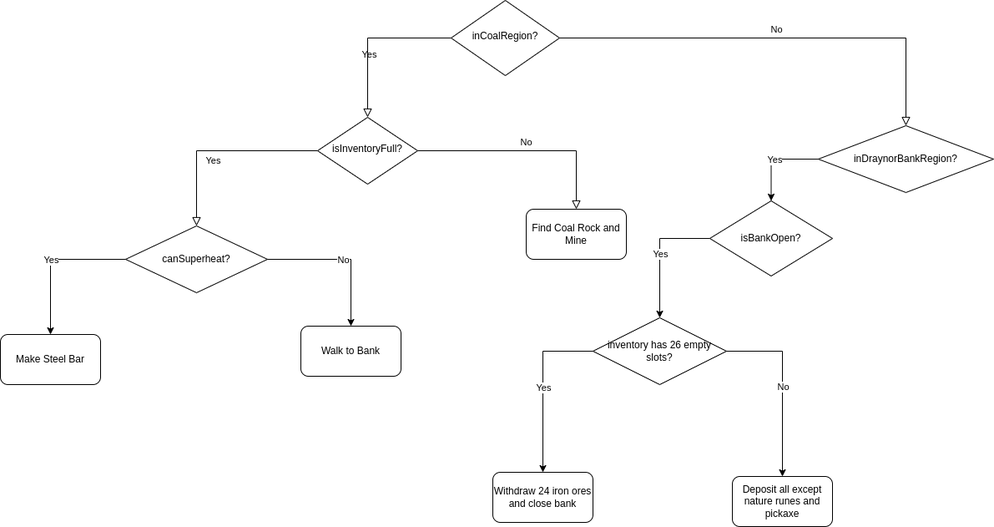
Before: flowchart.png, a diagram exported from draw.io (palyfight/superheat-bot). Source tidied: cells renumbered, new cells last; positions are measured from the earlier drawing's top-left corner, leaving out a move shared by most shapes.
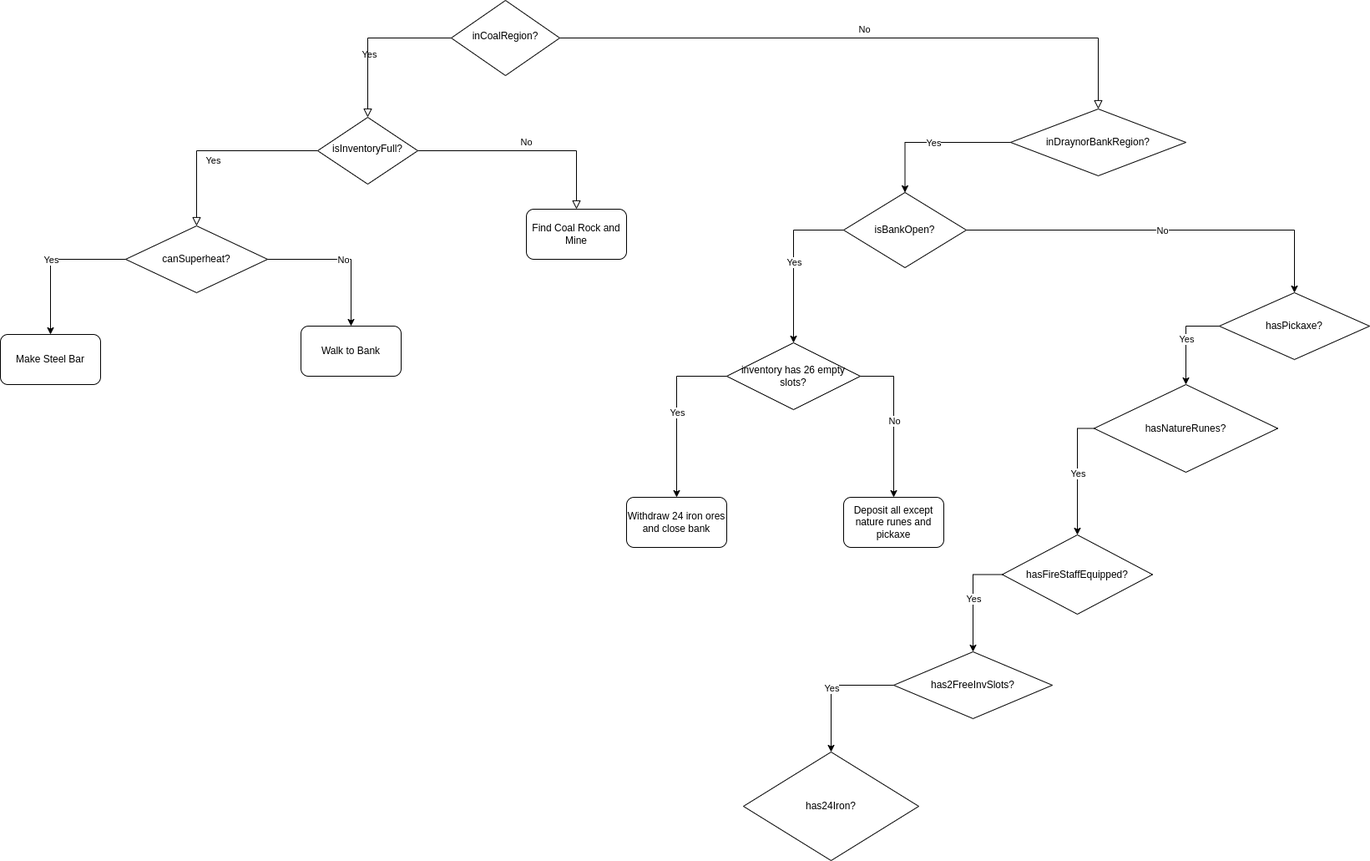
After the change.

The edit, as a diff of the source:
```diff
@@ -50,7 +50,7 @@
       <mxGeometry x="630" y="250" width="120" height="60" as="geometry" />
     </mxCell>
     <mxCell id="16" value="inDraynorBankRegion?" style="rhombus;whiteSpace=wrap;html=1;" parent="1" vertex="1">
-      <mxGeometry x="980" y="150" width="210" height="80" as="geometry" />
+      <mxGeometry x="1210" y="130" width="210" height="80" as="geometry" />
     </mxCell>
     <mxCell id="17" style="endArrow=classic;html=1;rounded=0;exitX=0;exitY=0.5;exitDx=0;exitDy=0;edgeStyle=orthogonalEdgeStyle;" parent="1" edge="1" source="16" target="19">
       <mxGeometry relative="1" as="geometry" />
@@ -59,7 +59,7 @@
       <mxGeometry relative="1" as="geometry" />
     </mxCell>
     <mxCell id="19" value="isBankOpen?" style="rhombus;whiteSpace=wrap;html=1;" parent="1" vertex="1">
-      <mxGeometry x="850" y="240" width="147" height="90" as="geometry" />
+      <mxGeometry x="1010" y="230" width="147" height="90" as="geometry" />
     </mxCell>
     <mxCell id="20" style="endArrow=classic;html=1;rounded=0;exitX=0;exitY=0.5;exitDx=0;exitDy=0;edgeStyle=orthogonalEdgeStyle;" parent="1" edge="1" source="19" target="22">
       <mxGeometry relative="1" as="geometry" />
@@ -68,7 +68,7 @@
       <mxGeometry relative="1" as="geometry" />
     </mxCell>
     <mxCell id="22" value="inventory has 26 empty slots?" style="rhombus;whiteSpace=wrap;html=1;" parent="1" vertex="1">
-      <mxGeometry x="710" y="380" width="160" height="80" as="geometry" />
+      <mxGeometry x="870" y="410" width="160" height="80" as="geometry" />
     </mxCell>
     <mxCell id="23" style="endArrow=classic;html=1;rounded=0;exitX=0;exitY=0.5;exitDx=0;exitDy=0;edgeStyle=orthogonalEdgeStyle;" parent="1" edge="1" source="22" target="28">
       <mxGeometry relative="1" as="geometry" />
@@ -83,10 +83,55 @@
       <mxGeometry relative="1" as="geometry" />
     </mxCell>
     <mxCell id="27" value="Deposit all except nature runes and pickaxe" style="rounded=1;whiteSpace=wrap;html=1;" parent="1" vertex="1">
-      <mxGeometry x="877" y="570" width="120" height="60" as="geometry" />
+      <mxGeometry x="1010" y="595" width="120" height="60" as="geometry" />
     </mxCell>
     <mxCell id="28" value="Withdraw 24 iron ores&lt;br style=&quot;border-color: var(--border-color);&quot;&gt;and close bank" style="rounded=1;whiteSpace=wrap;html=1;" parent="1" vertex="1">
-      <mxGeometry x="590" y="565" width="120" height="60" as="geometry" />
+      <mxGeometry x="750" y="595" width="120" height="60" as="geometry" />
     </mxCell>
+    <mxCell id="29" style="endArrow=classic;html=1;rounded=0;exitX=1;exitY=0.5;exitDx=0;exitDy=0;edgeStyle=orthogonalEdgeStyle;" parent="1" edge="1" source="19" target="31">
+      <mxGeometry relative="1" as="geometry" />
+    </mxCell>
+    <mxCell id="30" value="No" style="edgeLabel;html=1;align=center;verticalAlign=middle;" parent="29" vertex="1">
+      <mxGeometry relative="1" as="geometry" />
+    </mxCell>
+    <mxCell id="31" value="hasPickaxe?" style="rhombus;whiteSpace=wrap;html=1;" parent="1" vertex="1">
+      <mxGeometry x="1460" y="350" width="180" height="80" as="geometry" />
+    </mxCell>
+    <mxCell id="32" style="endArrow=classic;html=1;rounded=0;exitX=0;exitY=0.5;exitDx=0;exitDy=0;edgeStyle=orthogonalEdgeStyle;" parent="1" edge="1" source="31" target="34">
+      <mxGeometry relative="1" as="geometry" />
+    </mxCell>
+    <mxCell id="33" value="Yes" style="edgeLabel;html=1;align=center;verticalAlign=middle;" parent="32" vertex="1">
+      <mxGeometry relative="1" as="geometry" />
+    </mxCell>
+    <mxCell id="34" value="hasNatureRunes?" style="rhombus;whiteSpace=wrap;html=1;" parent="1" vertex="1">
+      <mxGeometry x="1310" y="460" width="220" height="105" as="geometry" />
+    </mxCell>
+    <mxCell id="35" style="endArrow=classic;html=1;rounded=0;edgeStyle=orthogonalEdgeStyle;exitX=0;exitY=0.5;exitDx=0;exitDy=0;" parent="1" edge="1" source="34" target="37">
+      <mxGeometry relative="1" as="geometry" />
+    </mxCell>
+    <mxCell id="36" value="Yes" style="edgeLabel;html=1;align=center;verticalAlign=middle;" parent="35" vertex="1">
+      <mxGeometry relative="1" as="geometry" />
+    </mxCell>
+    <mxCell id="37" value="hasFireStaffEquipped?" style="rhombus;whiteSpace=wrap;html=1;" parent="1" vertex="1">
+      <mxGeometry x="1200" y="640" width="180" height="95" as="geometry" />
+    </mxCell>
+    <mxCell id="38" style="endArrow=classic;html=1;rounded=0;exitX=0;exitY=0.5;exitDx=0;exitDy=0;edgeStyle=orthogonalEdgeStyle;" parent="1" edge="1" source="37" target="40">
+      <mxGeometry relative="1" as="geometry" />
+    </mxCell>
+    <mxCell id="39" value="Yes" style="edgeLabel;html=1;align=center;verticalAlign=middle;" parent="38" vertex="1">
+      <mxGeometry relative="1" as="geometry" />
+    </mxCell>
+    <mxCell id="40" value="has2FreeInvSlots?" style="rhombus;whiteSpace=wrap;html=1;" parent="1" vertex="1">
+      <mxGeometry x="1070" y="780" width="190" height="80" as="geometry" />
+    </mxCell>
+    <mxCell id="41" style="endArrow=classic;html=1;rounded=0;exitX=0;exitY=0.5;exitDx=0;exitDy=0;edgeStyle=orthogonalEdgeStyle;" parent="1" edge="1" source="40" target="43">
+      <mxGeometry relative="1" as="geometry" />
+    </mxCell>
+    <mxCell id="42" value="Yes" style="edgeLabel;html=1;align=center;verticalAlign=middle;" parent="41" vertex="1">
+      <mxGeometry relative="1" as="geometry" />
+    </mxCell>
+    <mxCell id="43" value="has24Iron?" style="rhombus;whiteSpace=wrap;html=1;" parent="1" vertex="1">
+      <mxGeometry x="890" y="900" width="210" height="130" as="geometry" />
+    </mxCell>
   </root>
 </mxGraphModel>
```
